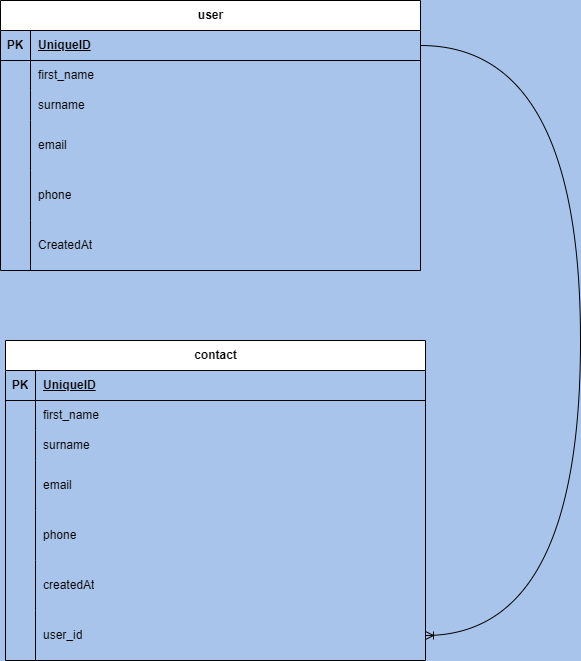
This is Diagram.png from GSRJ/API-ContactMate, a draw.io export, as it was before one commit. Source tidied: cells renumbered, new cells last; positions are measured from the earlier drawing's top-left corner, leaving out a move shared by most shapes.
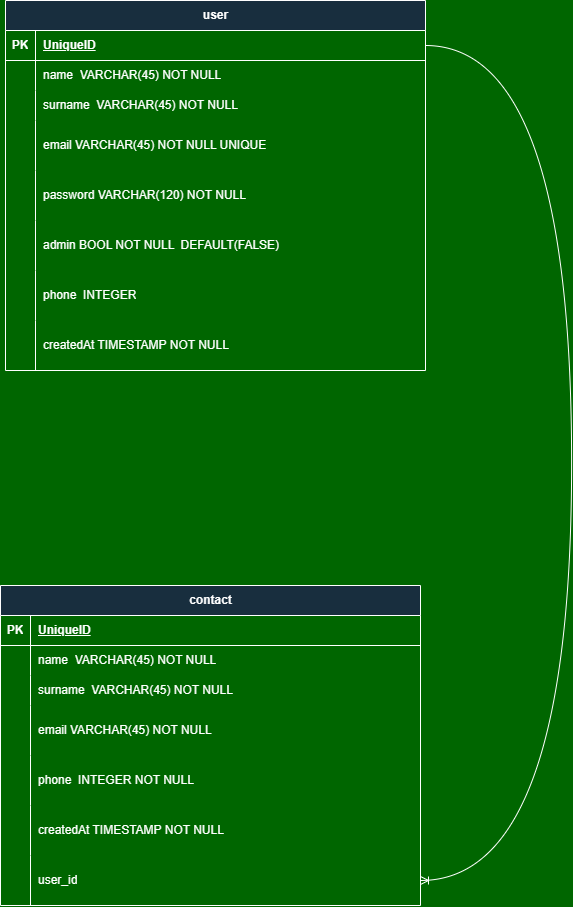
The same file after the commit.

Commit message:
feat: Contact entity/ fix: User entity and diagram

What changed in the source:
```diff
@@ -1,135 +1,153 @@
-<mxGraphModel background="#A9C4EB">
+<mxGraphModel background="#006600">
   <root>
     <mxCell id="0" />
     <mxCell id="1" parent="0" />
-    <mxCell id="2" value="user" style="shape=table;startSize=30;rowLines=0;fontStyle=1;align=center;html=1;" parent="1" vertex="1">
-      <mxGeometry width="420" height="270" as="geometry" />
+    <mxCell id="2" value="user" style="shape=table;startSize=30;rowLines=0;fontStyle=1;align=center;html=1;labelBackgroundColor=none;fillColor=#182E3E;strokeColor=#FFFFFF;fontColor=#FFFFFF;" parent="1" vertex="1">
+      <mxGeometry x="14" width="420" height="370" as="geometry" />
     </mxCell>
-    <mxCell id="3" style="shape=tableRow;horizontal=0;startSize=0;swimlaneHead=0;swimlaneBody=0;fillColor=none;points=[[0,0.5],[1,0.5]];portConstraint=eastwest;top=0;left=0;right=0;bottom=1;" parent="2" vertex="1">
+    <mxCell id="3" style="shape=tableRow;horizontal=0;startSize=0;swimlaneHead=0;swimlaneBody=0;fillColor=none;points=[[0,0.5],[1,0.5]];portConstraint=eastwest;top=0;left=0;right=0;bottom=1;labelBackgroundColor=none;strokeColor=#FFFFFF;fontColor=#FFFFFF;" parent="2" vertex="1">
       <mxGeometry y="30" width="420" height="30" as="geometry" />
     </mxCell>
-    <mxCell id="4" value="PK" style="shape=partialRectangle;fillColor=none;top=0;left=0;bottom=0;right=0;fontStyle=1;overflow=hidden;whiteSpace=wrap;html=1;" parent="3" vertex="1">
+    <mxCell id="4" value="PK" style="shape=partialRectangle;fillColor=none;top=0;left=0;bottom=0;right=0;fontStyle=1;overflow=hidden;whiteSpace=wrap;html=1;labelBackgroundColor=none;strokeColor=#FFFFFF;fontColor=#FFFFFF;" parent="3" vertex="1">
       <mxGeometry width="30" height="30" as="geometry" />
     </mxCell>
-    <mxCell id="5" value="UniqueID" style="shape=partialRectangle;fillColor=none;top=0;left=0;bottom=0;right=0;align=left;spacingLeft=6;fontStyle=5;overflow=hidden;whiteSpace=wrap;html=1;" parent="3" vertex="1">
+    <mxCell id="5" value="UniqueID" style="shape=partialRectangle;fillColor=none;top=0;left=0;bottom=0;right=0;align=left;spacingLeft=6;fontStyle=5;overflow=hidden;whiteSpace=wrap;html=1;labelBackgroundColor=none;strokeColor=#FFFFFF;fontColor=#FFFFFF;" parent="3" vertex="1">
       <mxGeometry x="30" width="390" height="30" as="geometry" />
     </mxCell>
-    <mxCell id="6" style="shape=tableRow;horizontal=0;startSize=0;swimlaneHead=0;swimlaneBody=0;fillColor=none;top=0;left=0;right=0;bottom=0;" parent="2" vertex="1">
+    <mxCell id="6" style="shape=tableRow;horizontal=0;startSize=0;swimlaneHead=0;swimlaneBody=0;fillColor=none;top=0;left=0;right=0;bottom=0;labelBackgroundColor=none;strokeColor=#FFFFFF;fontColor=#FFFFFF;" parent="2" vertex="1">
       <mxGeometry y="60" width="420" height="30" as="geometry" />
     </mxCell>
-    <mxCell id="7" style="shape=partialRectangle;fillColor=none;top=0;left=0;bottom=0;right=0;overflow=hidden;whiteSpace=wrap;html=1;" parent="6" vertex="1">
+    <mxCell id="7" style="shape=partialRectangle;fillColor=none;top=0;left=0;bottom=0;right=0;overflow=hidden;whiteSpace=wrap;html=1;labelBackgroundColor=none;strokeColor=#FFFFFF;fontColor=#FFFFFF;" parent="6" vertex="1">
       <mxGeometry width="30" height="30" as="geometry" />
     </mxCell>
-    <mxCell id="8" value="first_name" style="shape=partialRectangle;fillColor=none;top=0;left=0;bottom=0;right=0;align=left;spacingLeft=6;overflow=hidden;whiteSpace=wrap;html=1;" parent="6" vertex="1">
+    <mxCell id="8" value="name&amp;nbsp; VARCHAR(45) NOT NULL" style="shape=partialRectangle;fillColor=none;top=0;left=0;bottom=0;right=0;align=left;spacingLeft=6;overflow=hidden;whiteSpace=wrap;html=1;labelBackgroundColor=none;strokeColor=#FFFFFF;fontColor=#FFFFFF;" parent="6" vertex="1">
       <mxGeometry x="30" width="390" height="30" as="geometry" />
     </mxCell>
-    <mxCell id="9" style="shape=tableRow;horizontal=0;startSize=0;swimlaneHead=0;swimlaneBody=0;fillColor=none;top=0;left=0;right=0;bottom=0;" parent="2" vertex="1">
+    <mxCell id="9" style="shape=tableRow;horizontal=0;startSize=0;swimlaneHead=0;swimlaneBody=0;fillColor=none;top=0;left=0;right=0;bottom=0;labelBackgroundColor=none;strokeColor=#FFFFFF;fontColor=#FFFFFF;" parent="2" vertex="1">
       <mxGeometry y="90" width="420" height="30" as="geometry" />
     </mxCell>
-    <mxCell id="10" style="shape=partialRectangle;fillColor=none;top=0;left=0;bottom=0;right=0;overflow=hidden;whiteSpace=wrap;html=1;" parent="9" vertex="1">
+    <mxCell id="10" style="shape=partialRectangle;fillColor=none;top=0;left=0;bottom=0;right=0;overflow=hidden;whiteSpace=wrap;html=1;labelBackgroundColor=none;strokeColor=#FFFFFF;fontColor=#FFFFFF;" parent="9" vertex="1">
       <mxGeometry width="30" height="30" as="geometry" />
     </mxCell>
-    <mxCell id="11" value="surname" style="shape=partialRectangle;fillColor=none;top=0;left=0;bottom=0;right=0;align=left;spacingLeft=6;overflow=hidden;whiteSpace=wrap;html=1;" parent="9" vertex="1">
+    <mxCell id="11" value="surname&amp;nbsp; VARCHAR(45) NOT NULL" style="shape=partialRectangle;fillColor=none;top=0;left=0;bottom=0;right=0;align=left;spacingLeft=6;overflow=hidden;whiteSpace=wrap;html=1;labelBackgroundColor=none;strokeColor=#FFFFFF;fontColor=#FFFFFF;" parent="9" vertex="1">
       <mxGeometry x="30" width="390" height="30" as="geometry" />
     </mxCell>
-    <mxCell id="12" style="shape=tableRow;horizontal=0;startSize=0;swimlaneHead=0;swimlaneBody=0;fillColor=none;top=0;left=0;right=0;bottom=0;" parent="2" vertex="1">
+    <mxCell id="12" style="shape=tableRow;horizontal=0;startSize=0;swimlaneHead=0;swimlaneBody=0;fillColor=none;top=0;left=0;right=0;bottom=0;labelBackgroundColor=none;strokeColor=#FFFFFF;fontColor=#FFFFFF;" parent="2" vertex="1">
       <mxGeometry y="120" width="420" height="50" as="geometry" />
     </mxCell>
-    <mxCell id="13" style="shape=partialRectangle;fillColor=none;top=0;left=0;bottom=0;right=0;overflow=hidden;whiteSpace=wrap;html=1;" parent="12" vertex="1">
+    <mxCell id="13" style="shape=partialRectangle;fillColor=none;top=0;left=0;bottom=0;right=0;overflow=hidden;whiteSpace=wrap;html=1;labelBackgroundColor=none;strokeColor=#FFFFFF;fontColor=#FFFFFF;" parent="12" vertex="1">
       <mxGeometry width="30" height="50" as="geometry" />
     </mxCell>
-    <mxCell id="14" value="email" style="shape=partialRectangle;fillColor=none;top=0;left=0;bottom=0;right=0;align=left;spacingLeft=6;overflow=hidden;whiteSpace=wrap;html=1;" parent="12" vertex="1">
+    <mxCell id="14" value="email VARCHAR(45) NOT NULL UNIQUE" style="shape=partialRectangle;fillColor=none;top=0;left=0;bottom=0;right=0;align=left;spacingLeft=6;overflow=hidden;whiteSpace=wrap;html=1;labelBackgroundColor=none;strokeColor=#FFFFFF;fontColor=#FFFFFF;" parent="12" vertex="1">
       <mxGeometry x="30" width="390" height="50" as="geometry" />
     </mxCell>
-    <mxCell id="15" style="shape=tableRow;horizontal=0;startSize=0;swimlaneHead=0;swimlaneBody=0;fillColor=none;top=0;left=0;right=0;bottom=0;" parent="2" vertex="1">
+    <mxCell id="15" style="shape=tableRow;horizontal=0;startSize=0;swimlaneHead=0;swimlaneBody=0;fillColor=none;top=0;left=0;right=0;bottom=0;labelBackgroundColor=none;strokeColor=#FFFFFF;fontColor=#FFFFFF;" parent="2" vertex="1">
       <mxGeometry y="170" width="420" height="50" as="geometry" />
     </mxCell>
-    <mxCell id="16" style="shape=partialRectangle;fillColor=none;top=0;left=0;bottom=0;right=0;overflow=hidden;whiteSpace=wrap;html=1;" parent="15" vertex="1">
+    <mxCell id="16" style="shape=partialRectangle;fillColor=none;top=0;left=0;bottom=0;right=0;overflow=hidden;whiteSpace=wrap;html=1;labelBackgroundColor=none;strokeColor=#FFFFFF;fontColor=#FFFFFF;" parent="15" vertex="1">
       <mxGeometry width="30" height="50" as="geometry" />
     </mxCell>
-    <mxCell id="17" value="phone" style="shape=partialRectangle;fillColor=none;top=0;left=0;bottom=0;right=0;align=left;spacingLeft=6;overflow=hidden;whiteSpace=wrap;html=1;" parent="15" vertex="1">
+    <mxCell id="17" value="password VARCHAR(120) NOT NULL" style="shape=partialRectangle;fillColor=none;top=0;left=0;bottom=0;right=0;align=left;spacingLeft=6;overflow=hidden;whiteSpace=wrap;html=1;labelBackgroundColor=none;strokeColor=#FFFFFF;fontColor=#FFFFFF;" parent="15" vertex="1">
       <mxGeometry x="30" width="390" height="50" as="geometry" />
     </mxCell>
-    <mxCell id="18" style="shape=tableRow;horizontal=0;startSize=0;swimlaneHead=0;swimlaneBody=0;fillColor=none;top=0;left=0;right=0;bottom=0;" parent="2" vertex="1">
+    <mxCell id="18" style="shape=tableRow;horizontal=0;startSize=0;swimlaneHead=0;swimlaneBody=0;fillColor=none;top=0;left=0;right=0;bottom=0;labelBackgroundColor=none;strokeColor=#FFFFFF;fontColor=#FFFFFF;" parent="2" vertex="1">
       <mxGeometry y="220" width="420" height="50" as="geometry" />
     </mxCell>
-    <mxCell id="19" style="shape=partialRectangle;fillColor=none;top=0;left=0;bottom=0;right=0;overflow=hidden;whiteSpace=wrap;html=1;" parent="18" vertex="1">
+    <mxCell id="19" style="shape=partialRectangle;fillColor=none;top=0;left=0;bottom=0;right=0;overflow=hidden;whiteSpace=wrap;html=1;labelBackgroundColor=none;strokeColor=#FFFFFF;fontColor=#FFFFFF;" parent="18" vertex="1">
       <mxGeometry width="30" height="50" as="geometry" />
     </mxCell>
-    <mxCell id="20" value="CreatedAt" style="shape=partialRectangle;fillColor=none;top=0;left=0;bottom=0;right=0;align=left;spacingLeft=6;overflow=hidden;whiteSpace=wrap;html=1;" parent="18" vertex="1">
+    <mxCell id="20" value="admin BOOL NOT NULL&amp;nbsp; DEFAULT(FALSE)" style="shape=partialRectangle;fillColor=none;top=0;left=0;bottom=0;right=0;align=left;spacingLeft=6;overflow=hidden;whiteSpace=wrap;html=1;labelBackgroundColor=none;strokeColor=#FFFFFF;fontColor=#FFFFFF;" parent="18" vertex="1">
       <mxGeometry x="30" width="390" height="50" as="geometry" />
     </mxCell>
+    <mxCell id="44" style="shape=tableRow;horizontal=0;startSize=0;swimlaneHead=0;swimlaneBody=0;fillColor=none;top=0;left=0;right=0;bottom=0;labelBackgroundColor=none;strokeColor=#FFFFFF;fontColor=#FFFFFF;" parent="2" vertex="1">
+      <mxGeometry y="270" width="420" height="50" as="geometry" />
+    </mxCell>
+    <mxCell id="45" style="shape=partialRectangle;fillColor=none;top=0;left=0;bottom=0;right=0;overflow=hidden;whiteSpace=wrap;html=1;labelBackgroundColor=none;strokeColor=#FFFFFF;fontColor=#FFFFFF;" parent="44" vertex="1">
+      <mxGeometry width="30" height="50" as="geometry" />
+    </mxCell>
+    <mxCell id="46" value="phone&amp;nbsp; INTEGER" style="shape=partialRectangle;fillColor=none;top=0;left=0;bottom=0;right=0;align=left;spacingLeft=6;overflow=hidden;whiteSpace=wrap;html=1;labelBackgroundColor=none;strokeColor=#FFFFFF;fontColor=#FFFFFF;" parent="44" vertex="1">
+      <mxGeometry x="30" width="390" height="50" as="geometry" />
+    </mxCell>
+    <mxCell id="47" style="shape=tableRow;horizontal=0;startSize=0;swimlaneHead=0;swimlaneBody=0;fillColor=none;top=0;left=0;right=0;bottom=0;labelBackgroundColor=none;strokeColor=#FFFFFF;fontColor=#FFFFFF;" parent="2" vertex="1">
+      <mxGeometry y="320" width="420" height="50" as="geometry" />
+    </mxCell>
+    <mxCell id="48" style="shape=partialRectangle;fillColor=none;top=0;left=0;bottom=0;right=0;overflow=hidden;whiteSpace=wrap;html=1;labelBackgroundColor=none;strokeColor=#FFFFFF;fontColor=#FFFFFF;" parent="47" vertex="1">
+      <mxGeometry width="30" height="50" as="geometry" />
+    </mxCell>
+    <mxCell id="49" value="createdAt TIMESTAMP NOT NULL" style="shape=partialRectangle;fillColor=none;top=0;left=0;bottom=0;right=0;align=left;spacingLeft=6;overflow=hidden;whiteSpace=wrap;html=1;labelBackgroundColor=none;strokeColor=#FFFFFF;fontColor=#FFFFFF;" parent="47" vertex="1">
+      <mxGeometry x="30" width="390" height="50" as="geometry" />
+    </mxCell>
-    <mxCell id="21" value="contact" style="shape=table;startSize=30;rowLines=0;fontStyle=1;align=center;html=1;" parent="1" vertex="1">
-      <mxGeometry x="5" y="340" width="420" height="320" as="geometry" />
+    <mxCell id="21" value="contact" style="shape=table;startSize=30;rowLines=0;fontStyle=1;align=center;html=1;labelBackgroundColor=none;fillColor=#182E3E;strokeColor=#FFFFFF;fontColor=#FFFFFF;" parent="1" vertex="1">
+      <mxGeometry x="9" y="585" width="420" height="320" as="geometry" />
     </mxCell>
-    <mxCell id="22" style="shape=tableRow;horizontal=0;startSize=0;swimlaneHead=0;swimlaneBody=0;fillColor=none;top=0;left=0;right=0;bottom=1;" parent="21" vertex="1">
+    <mxCell id="22" style="shape=tableRow;horizontal=0;startSize=0;swimlaneHead=0;swimlaneBody=0;fillColor=none;top=0;left=0;right=0;bottom=1;labelBackgroundColor=none;strokeColor=#FFFFFF;fontColor=#FFFFFF;" parent="21" vertex="1">
       <mxGeometry y="30" width="420" height="30" as="geometry" />
     </mxCell>
-    <mxCell id="23" value="PK" style="shape=partialRectangle;fillColor=none;top=0;left=0;bottom=0;right=0;fontStyle=1;overflow=hidden;whiteSpace=wrap;html=1;" parent="22" vertex="1">
+    <mxCell id="23" value="PK" style="shape=partialRectangle;fillColor=none;top=0;left=0;bottom=0;right=0;fontStyle=1;overflow=hidden;whiteSpace=wrap;html=1;labelBackgroundColor=none;strokeColor=#FFFFFF;fontColor=#FFFFFF;" parent="22" vertex="1">
       <mxGeometry width="30" height="30" as="geometry" />
     </mxCell>
-    <mxCell id="24" value="UniqueID" style="shape=partialRectangle;fillColor=none;top=0;left=0;bottom=0;right=0;align=left;spacingLeft=6;fontStyle=5;overflow=hidden;whiteSpace=wrap;html=1;" parent="22" vertex="1">
+    <mxCell id="24" value="UniqueID" style="shape=partialRectangle;fillColor=none;top=0;left=0;bottom=0;right=0;align=left;spacingLeft=6;fontStyle=5;overflow=hidden;whiteSpace=wrap;html=1;labelBackgroundColor=none;strokeColor=#FFFFFF;fontColor=#FFFFFF;" parent="22" vertex="1">
       <mxGeometry x="30" width="390" height="30" as="geometry" />
     </mxCell>
-    <mxCell id="25" style="shape=tableRow;horizontal=0;startSize=0;swimlaneHead=0;swimlaneBody=0;fillColor=none;top=0;left=0;right=0;bottom=0;" parent="21" vertex="1">
+    <mxCell id="25" style="shape=tableRow;horizontal=0;startSize=0;swimlaneHead=0;swimlaneBody=0;fillColor=none;top=0;left=0;right=0;bottom=0;labelBackgroundColor=none;strokeColor=#FFFFFF;fontColor=#FFFFFF;" parent="21" vertex="1">
       <mxGeometry y="60" width="420" height="30" as="geometry" />
     </mxCell>
-    <mxCell id="26" style="shape=partialRectangle;fillColor=none;top=0;left=0;bottom=0;right=0;overflow=hidden;whiteSpace=wrap;html=1;" parent="25" vertex="1">
+    <mxCell id="26" style="shape=partialRectangle;fillColor=none;top=0;left=0;bottom=0;right=0;overflow=hidden;whiteSpace=wrap;html=1;labelBackgroundColor=none;strokeColor=#FFFFFF;fontColor=#FFFFFF;" parent="25" vertex="1">
       <mxGeometry width="30" height="30" as="geometry" />
     </mxCell>
-    <mxCell id="27" value="first_name" style="shape=partialRectangle;fillColor=none;top=0;left=0;bottom=0;right=0;align=left;spacingLeft=6;overflow=hidden;whiteSpace=wrap;html=1;" parent="25" vertex="1">
+    <mxCell id="27" value="name&amp;nbsp; VARCHAR(45) NOT NULL" style="shape=partialRectangle;fillColor=none;top=0;left=0;bottom=0;right=0;align=left;spacingLeft=6;overflow=hidden;whiteSpace=wrap;html=1;labelBackgroundColor=none;strokeColor=#FFFFFF;fontColor=#FFFFFF;" parent="25" vertex="1">
       <mxGeometry x="30" width="390" height="30" as="geometry" />
     </mxCell>
-    <mxCell id="28" style="shape=tableRow;horizontal=0;startSize=0;swimlaneHead=0;swimlaneBody=0;fillColor=none;top=0;left=0;right=0;bottom=0;" parent="21" vertex="1">
+    <mxCell id="28" style="shape=tableRow;horizontal=0;startSize=0;swimlaneHead=0;swimlaneBody=0;fillColor=none;top=0;left=0;right=0;bottom=0;labelBackgroundColor=none;strokeColor=#FFFFFF;fontColor=#FFFFFF;" parent="21" vertex="1">
       <mxGeometry y="90" width="420" height="30" as="geometry" />
     </mxCell>
-    <mxCell id="29" style="shape=partialRectangle;fillColor=none;top=0;left=0;bottom=0;right=0;overflow=hidden;whiteSpace=wrap;html=1;" parent="28" vertex="1">
+    <mxCell id="29" style="shape=partialRectangle;fillColor=none;top=0;left=0;bottom=0;right=0;overflow=hidden;whiteSpace=wrap;html=1;labelBackgroundColor=none;strokeColor=#FFFFFF;fontColor=#FFFFFF;" parent="28" vertex="1">
       <mxGeometry width="30" height="30" as="geometry" />
     </mxCell>
-    <mxCell id="30" value="surname" style="shape=partialRectangle;fillColor=none;top=0;left=0;bottom=0;right=0;align=left;spacingLeft=6;overflow=hidden;whiteSpace=wrap;html=1;" parent="28" vertex="1">
+    <mxCell id="30" value="surname&amp;nbsp; VARCHAR(45) NOT NULL" style="shape=partialRectangle;fillColor=none;top=0;left=0;bottom=0;right=0;align=left;spacingLeft=6;overflow=hidden;whiteSpace=wrap;html=1;labelBackgroundColor=none;strokeColor=#FFFFFF;fontColor=#FFFFFF;" parent="28" vertex="1">
       <mxGeometry x="30" width="390" height="30" as="geometry" />
     </mxCell>
-    <mxCell id="31" style="shape=tableRow;horizontal=0;startSize=0;swimlaneHead=0;swimlaneBody=0;fillColor=none;top=0;left=0;right=0;bottom=0;" parent="21" vertex="1">
+    <mxCell id="31" style="shape=tableRow;horizontal=0;startSize=0;swimlaneHead=0;swimlaneBody=0;fillColor=none;top=0;left=0;right=0;bottom=0;labelBackgroundColor=none;strokeColor=#FFFFFF;fontColor=#FFFFFF;" parent="21" vertex="1">
       <mxGeometry y="120" width="420" height="50" as="geometry" />
     </mxCell>
-    <mxCell id="32" style="shape=partialRectangle;fillColor=none;top=0;left=0;bottom=0;right=0;overflow=hidden;whiteSpace=wrap;html=1;" parent="31" vertex="1">
+    <mxCell id="32" style="shape=partialRectangle;fillColor=none;top=0;left=0;bottom=0;right=0;overflow=hidden;whiteSpace=wrap;html=1;labelBackgroundColor=none;strokeColor=#FFFFFF;fontColor=#FFFFFF;" parent="31" vertex="1">
       <mxGeometry width="30" height="50" as="geometry" />
     </mxCell>
-    <mxCell id="33" value="email" style="shape=partialRectangle;fillColor=none;top=0;left=0;bottom=0;right=0;align=left;spacingLeft=6;overflow=hidden;whiteSpace=wrap;html=1;" parent="31" vertex="1">
+    <mxCell id="33" value="email VARCHAR(45) NOT NULL&amp;nbsp;" style="shape=partialRectangle;fillColor=none;top=0;left=0;bottom=0;right=0;align=left;spacingLeft=6;overflow=hidden;whiteSpace=wrap;html=1;labelBackgroundColor=none;strokeColor=#FFFFFF;fontColor=#FFFFFF;" parent="31" vertex="1">
       <mxGeometry x="30" width="390" height="50" as="geometry" />
     </mxCell>
-    <mxCell id="34" style="shape=tableRow;horizontal=0;startSize=0;swimlaneHead=0;swimlaneBody=0;fillColor=none;top=0;left=0;right=0;bottom=0;" parent="21" vertex="1">
+    <mxCell id="34" style="shape=tableRow;horizontal=0;startSize=0;swimlaneHead=0;swimlaneBody=0;fillColor=none;top=0;left=0;right=0;bottom=0;labelBackgroundColor=none;strokeColor=#FFFFFF;fontColor=#FFFFFF;" parent="21" vertex="1">
       <mxGeometry y="170" width="420" height="50" as="geometry" />
     </mxCell>
-    <mxCell id="35" style="shape=partialRectangle;fillColor=none;top=0;left=0;bottom=0;right=0;overflow=hidden;whiteSpace=wrap;html=1;" parent="34" vertex="1">
+    <mxCell id="35" style="shape=partialRectangle;fillColor=none;top=0;left=0;bottom=0;right=0;overflow=hidden;whiteSpace=wrap;html=1;labelBackgroundColor=none;strokeColor=#FFFFFF;fontColor=#FFFFFF;" parent="34" vertex="1">
       <mxGeometry width="30" height="50" as="geometry" />
     </mxCell>
-    <mxCell id="36" value="phone" style="shape=partialRectangle;fillColor=none;top=0;left=0;bottom=0;right=0;align=left;spacingLeft=6;overflow=hidden;whiteSpace=wrap;html=1;" parent="34" vertex="1">
+    <mxCell id="36" value="phone&amp;nbsp; INTEGER NOT NULL" style="shape=partialRectangle;fillColor=none;top=0;left=0;bottom=0;right=0;align=left;spacingLeft=6;overflow=hidden;whiteSpace=wrap;html=1;labelBackgroundColor=none;strokeColor=#FFFFFF;fontColor=#FFFFFF;" parent="34" vertex="1">
       <mxGeometry x="30" width="390" height="50" as="geometry" />
     </mxCell>
-    <mxCell id="37" style="shape=tableRow;horizontal=0;startSize=0;swimlaneHead=0;swimlaneBody=0;fillColor=none;top=0;left=0;right=0;bottom=0;" parent="21" vertex="1">
+    <mxCell id="37" style="shape=tableRow;horizontal=0;startSize=0;swimlaneHead=0;swimlaneBody=0;fillColor=none;top=0;left=0;right=0;bottom=0;labelBackgroundColor=none;strokeColor=#FFFFFF;fontColor=#FFFFFF;" parent="21" vertex="1">
       <mxGeometry y="220" width="420" height="50" as="geometry" />
     </mxCell>
-    <mxCell id="38" style="shape=partialRectangle;fillColor=none;top=0;left=0;bottom=0;right=0;overflow=hidden;whiteSpace=wrap;html=1;" parent="37" vertex="1">
+    <mxCell id="38" style="shape=partialRectangle;fillColor=none;top=0;left=0;bottom=0;right=0;overflow=hidden;whiteSpace=wrap;html=1;labelBackgroundColor=none;strokeColor=#FFFFFF;fontColor=#FFFFFF;" parent="37" vertex="1">
       <mxGeometry width="30" height="50" as="geometry" />
     </mxCell>
-    <mxCell id="39" value="createdAt" style="shape=partialRectangle;fillColor=none;top=0;left=0;bottom=0;right=0;align=left;spacingLeft=6;overflow=hidden;whiteSpace=wrap;html=1;" parent="37" vertex="1">
+    <mxCell id="39" value="createdAt TIMESTAMP NOT NULL" style="shape=partialRectangle;fillColor=none;top=0;left=0;bottom=0;right=0;align=left;spacingLeft=6;overflow=hidden;whiteSpace=wrap;html=1;labelBackgroundColor=none;strokeColor=#FFFFFF;fontColor=#FFFFFF;" parent="37" vertex="1">
       <mxGeometry x="30" width="390" height="50" as="geometry" />
     </mxCell>
-    <mxCell id="40" style="shape=tableRow;horizontal=0;startSize=0;swimlaneHead=0;swimlaneBody=0;fillColor=none;top=0;left=0;right=0;bottom=0;" parent="21" vertex="1">
+    <mxCell id="40" style="shape=tableRow;horizontal=0;startSize=0;swimlaneHead=0;swimlaneBody=0;fillColor=none;top=0;left=0;right=0;bottom=0;labelBackgroundColor=none;strokeColor=#FFFFFF;fontColor=#FFFFFF;" parent="21" vertex="1">
       <mxGeometry y="270" width="420" height="50" as="geometry" />
     </mxCell>
-    <mxCell id="41" style="shape=partialRectangle;fillColor=none;top=0;left=0;bottom=0;right=0;overflow=hidden;whiteSpace=wrap;html=1;" parent="40" vertex="1">
+    <mxCell id="41" style="shape=partialRectangle;fillColor=none;top=0;left=0;bottom=0;right=0;overflow=hidden;whiteSpace=wrap;html=1;labelBackgroundColor=none;strokeColor=#FFFFFF;fontColor=#FFFFFF;" parent="40" vertex="1">
       <mxGeometry width="30" height="50" as="geometry" />
     </mxCell>
-    <mxCell id="42" value="user_id" style="shape=partialRectangle;fillColor=none;top=0;left=0;bottom=0;right=0;align=left;spacingLeft=6;overflow=hidden;whiteSpace=wrap;html=1;" parent="40" vertex="1">
+    <mxCell id="42" value="user_id" style="shape=partialRectangle;fillColor=none;top=0;left=0;bottom=0;right=0;align=left;spacingLeft=6;overflow=hidden;whiteSpace=wrap;html=1;labelBackgroundColor=none;strokeColor=#FFFFFF;fontColor=#FFFFFF;" parent="40" vertex="1">
       <mxGeometry x="30" width="390" height="50" as="geometry" />
     </mxCell>
-    <mxCell id="43" style="edgeStyle=orthogonalEdgeStyle;fontSize=12;html=1;endArrow=ERoneToMany;exitX=1;exitY=0.5;exitDx=0;exitDy=0;entryX=1;entryY=0.5;entryDx=0;entryDy=0;strokeColor=default;curved=1;" parent="1" edge="1" source="3" target="42">
+    <mxCell id="43" style="edgeStyle=orthogonalEdgeStyle;fontSize=12;html=1;endArrow=ERoneToMany;exitX=1;exitY=0.5;exitDx=0;exitDy=0;entryX=1;entryY=0.5;entryDx=0;entryDy=0;curved=1;labelBackgroundColor=none;fontColor=default;strokeColor=#FFFFFF;" parent="1" edge="1" source="3" target="42">
       <mxGeometry relative="1" as="geometry">
         <Array as="points">
           <mxPoint x="580" y="45" />
-          <mxPoint x="580" y="635" />
+          <mxPoint x="580" y="880" />
         </Array>
       </mxGeometry>
     </mxCell>
```
